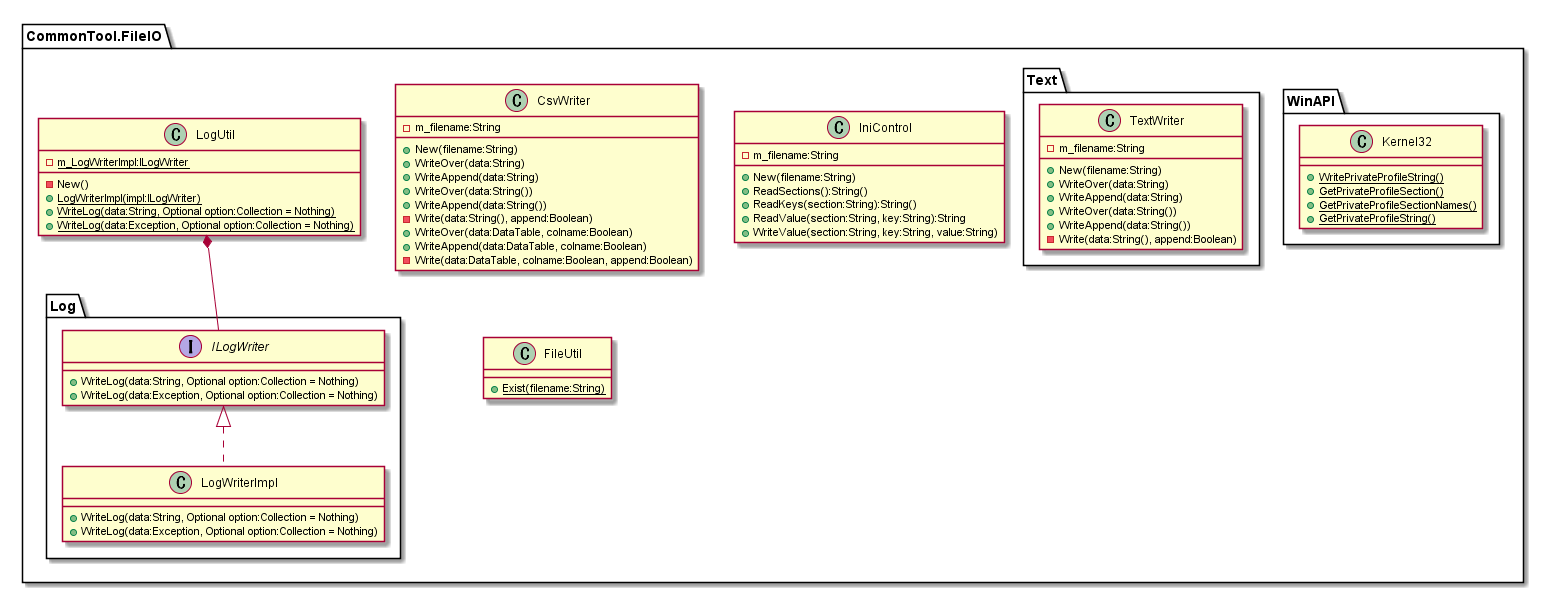
Earlier version of the PlantUML export doc/03_SubSystem別/CommonTool.FileIO/03_内部設計/クラス図.png (hirorich/CommonTool).
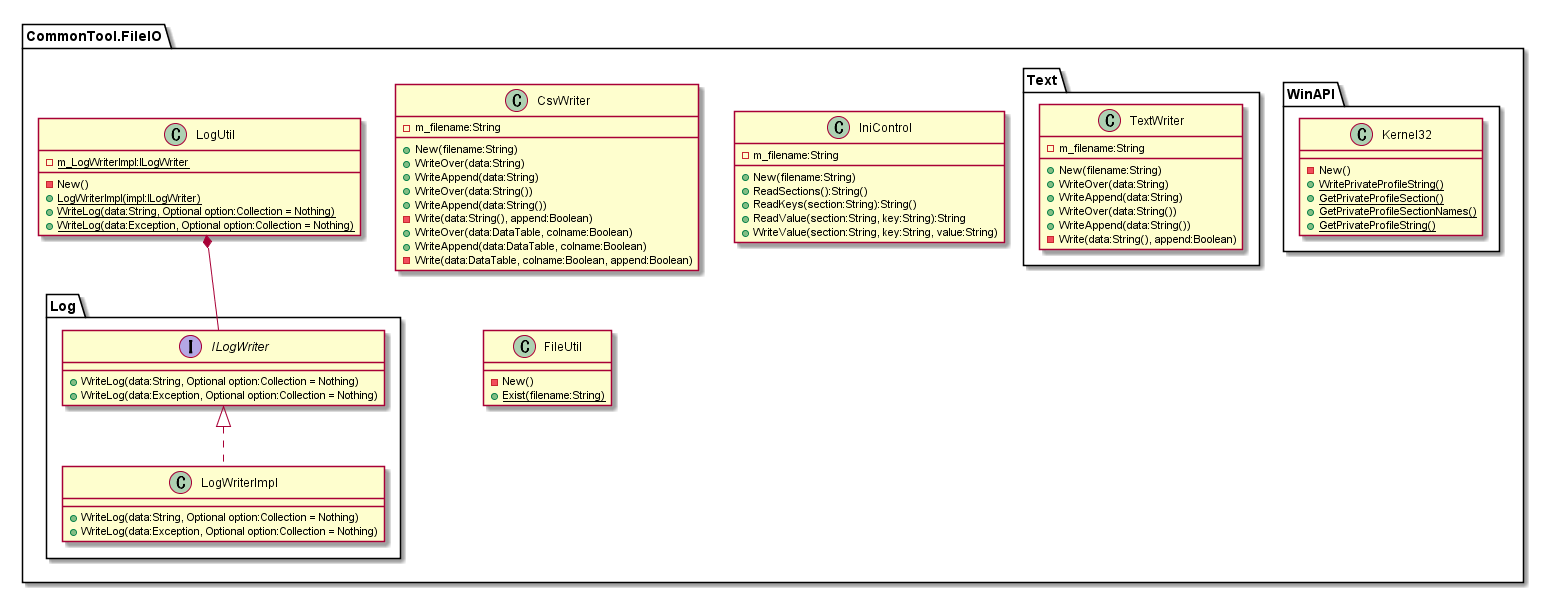
Later version of the same file.

Commit message:
Utilクラスのコンストラクタ定義

Change to the diagram source:
```diff
@@ -35,11 +35,13 @@
     }
 
     class FileUtil {
+      - New()
       + {static}Exist(filename:String)
     }
 
     package WinAPI {
         class Kernel32 {
+          - New()
           + {static}WritePrivateProfileString()
           + {static}GetPrivateProfileSection()
           + {static}GetPrivateProfileSectionNames()
```
